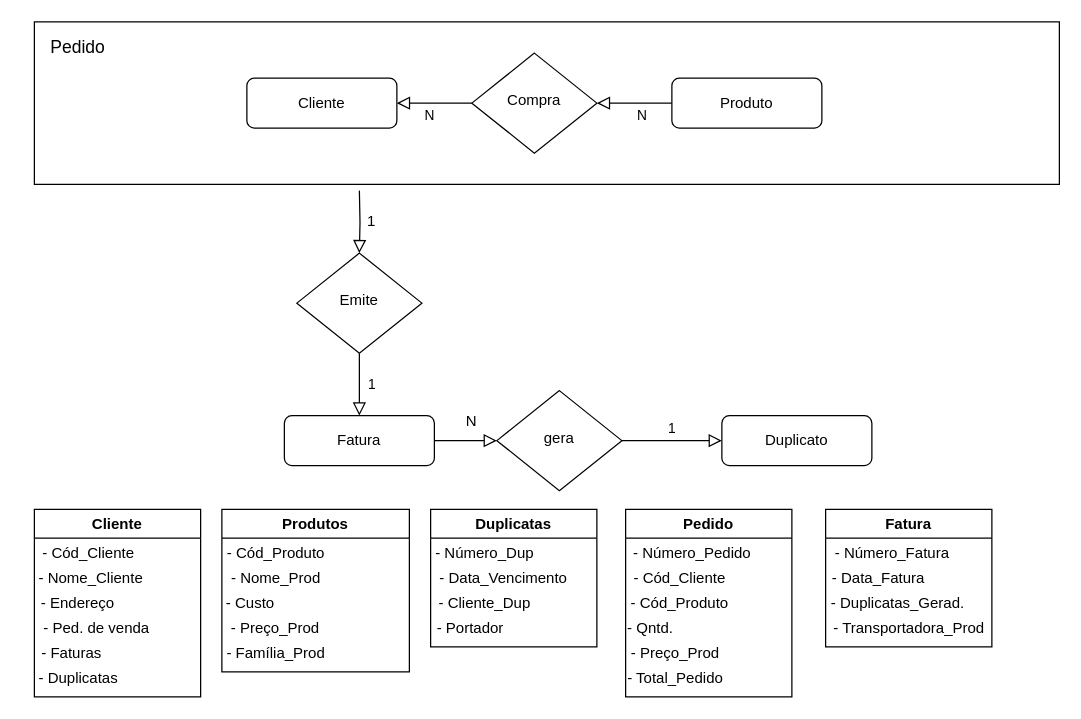
YohanSnt/PrimeiroProjeto keeps this draw.io diagram as Diagrama sem nome.drawio. Above is the earlier version. Source tidied: cells renumbered, new cells numbered last; positions are measured from the earlier drawing's top-left corner, leaving out a move shared by most shapes. Both pictures are drawn from the tidied source at 125%, with x=0, y=0 at pixel (21, 21).
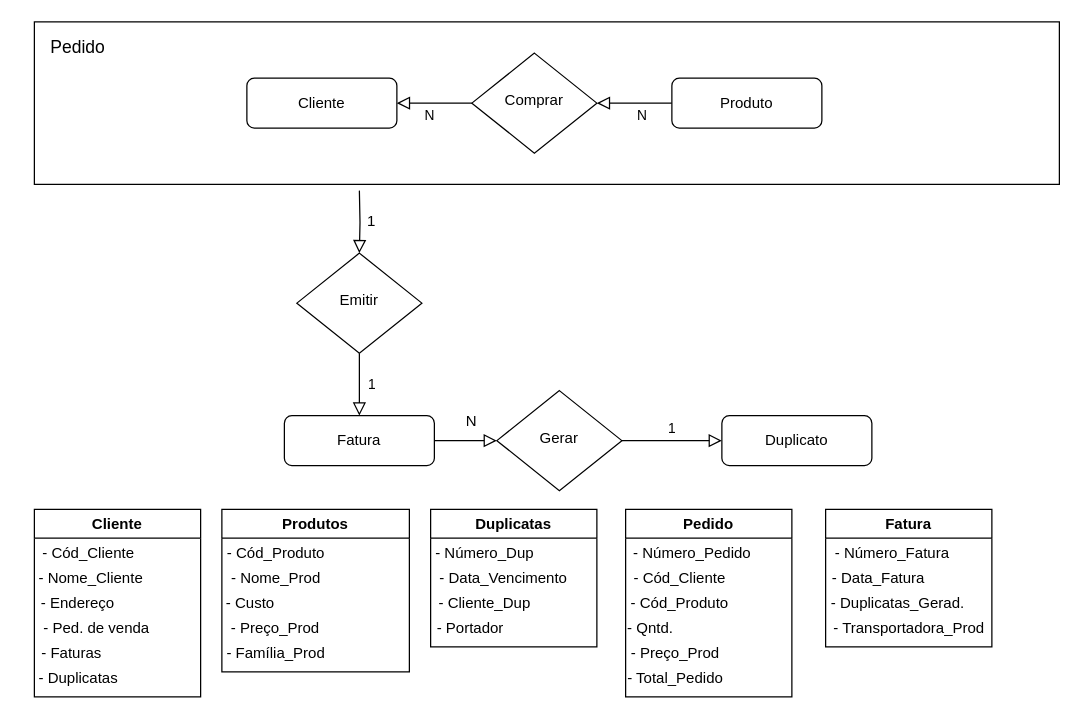
The same page after the edit.

Change to the diagram source:
```diff
@@
-    <mxCell id="9" value="Compra" style="rhombus;whiteSpace=wrap;html=1;shadow=0;fontFamily=Helvetica;fontSize=12;align=center;strokeWidth=1;spacing=6;spacingTop=-4;" parent="1" vertex="1">
+    <mxCell id="9" value="Comprar" style="rhombus;whiteSpace=wrap;html=1;shadow=0;fontFamily=Helvetica;fontSize=12;align=center;strokeWidth=1;spacing=6;spacingTop=-4;" parent="1" vertex="1">
       <mxGeometry x="360" y="25" width="100" height="80" as="geometry" />
     </mxCell>
@@
-    <mxCell id="13" value="gera" style="rhombus;whiteSpace=wrap;html=1;shadow=0;fontFamily=Helvetica;fontSize=12;align=center;strokeWidth=1;spacing=6;spacingTop=-4;" parent="1" vertex="1">
+    <mxCell id="13" value="Gerar" style="rhombus;whiteSpace=wrap;html=1;shadow=0;fontFamily=Helvetica;fontSize=12;align=center;strokeWidth=1;spacing=6;spacingTop=-4;" parent="1" vertex="1">
       <mxGeometry x="380" y="295" width="100" height="80" as="geometry" />
     </mxCell>
@@
-    <mxCell id="17" value="Emite" style="rhombus;whiteSpace=wrap;html=1;shadow=0;fontFamily=Helvetica;fontSize=12;align=center;strokeWidth=1;spacing=6;spacingTop=-4;" parent="1" vertex="1">
+    <mxCell id="17" value="Emitir" style="rhombus;whiteSpace=wrap;html=1;shadow=0;fontFamily=Helvetica;fontSize=12;align=center;strokeWidth=1;spacing=6;spacingTop=-4;" parent="1" vertex="1">
       <mxGeometry x="220" y="185" width="100" height="80" as="geometry" />
     </mxCell>
```
